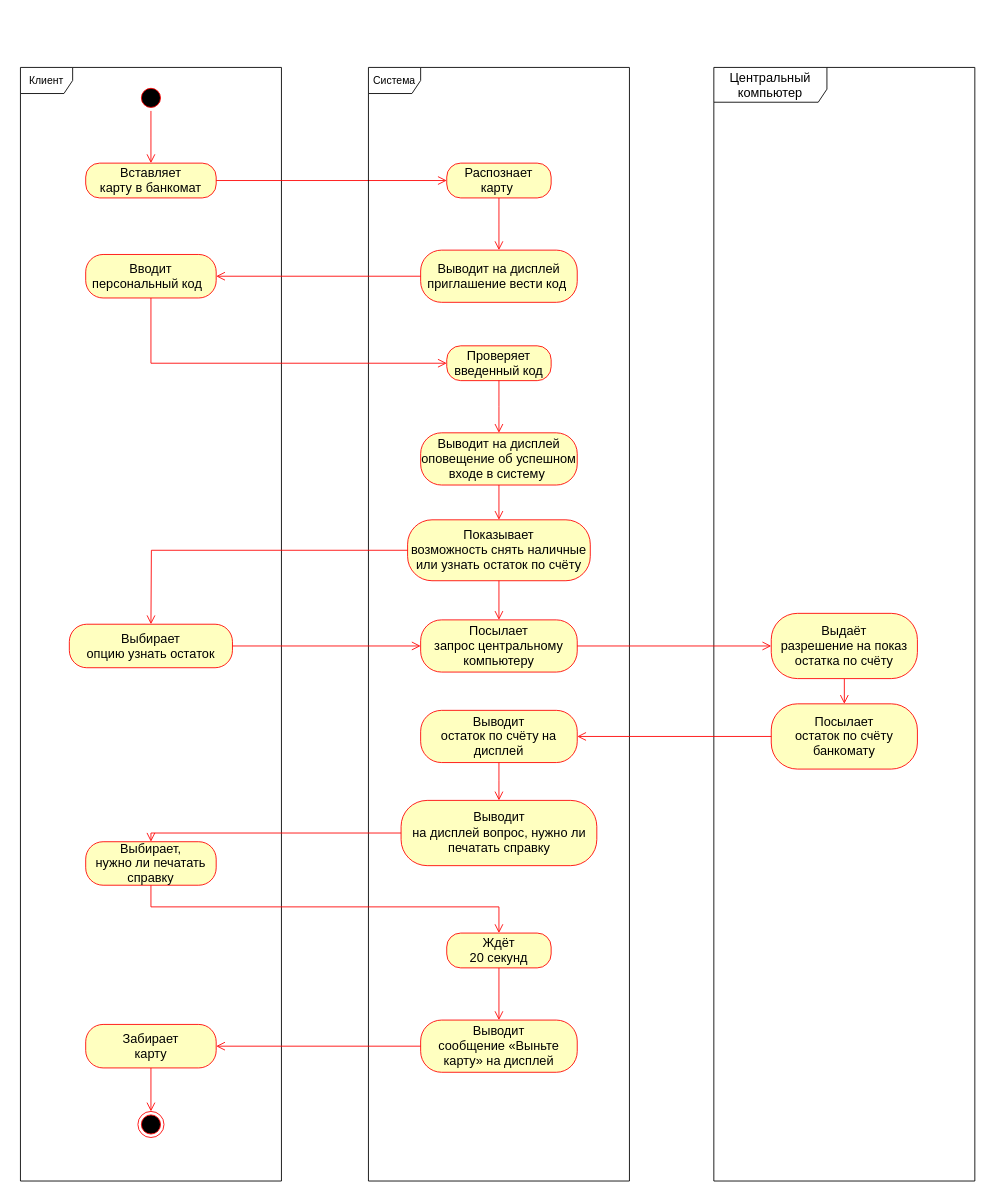
This is page "Узнать остаток по счёту" (1 of 5) of папс/Банкомат/Банкомат Активность.drawio from KvoERR/pnrpu-3rd-year, a draw.io file, before an edit. Source tidied: cells renumbered, new cells numbered last; positions are measured from the earlier drawing's top-left corner, leaving out a move shared by most shapes. Both pictures are drawn from the tidied source at 87%, with x=0, y=0 at pixel (20, 67).
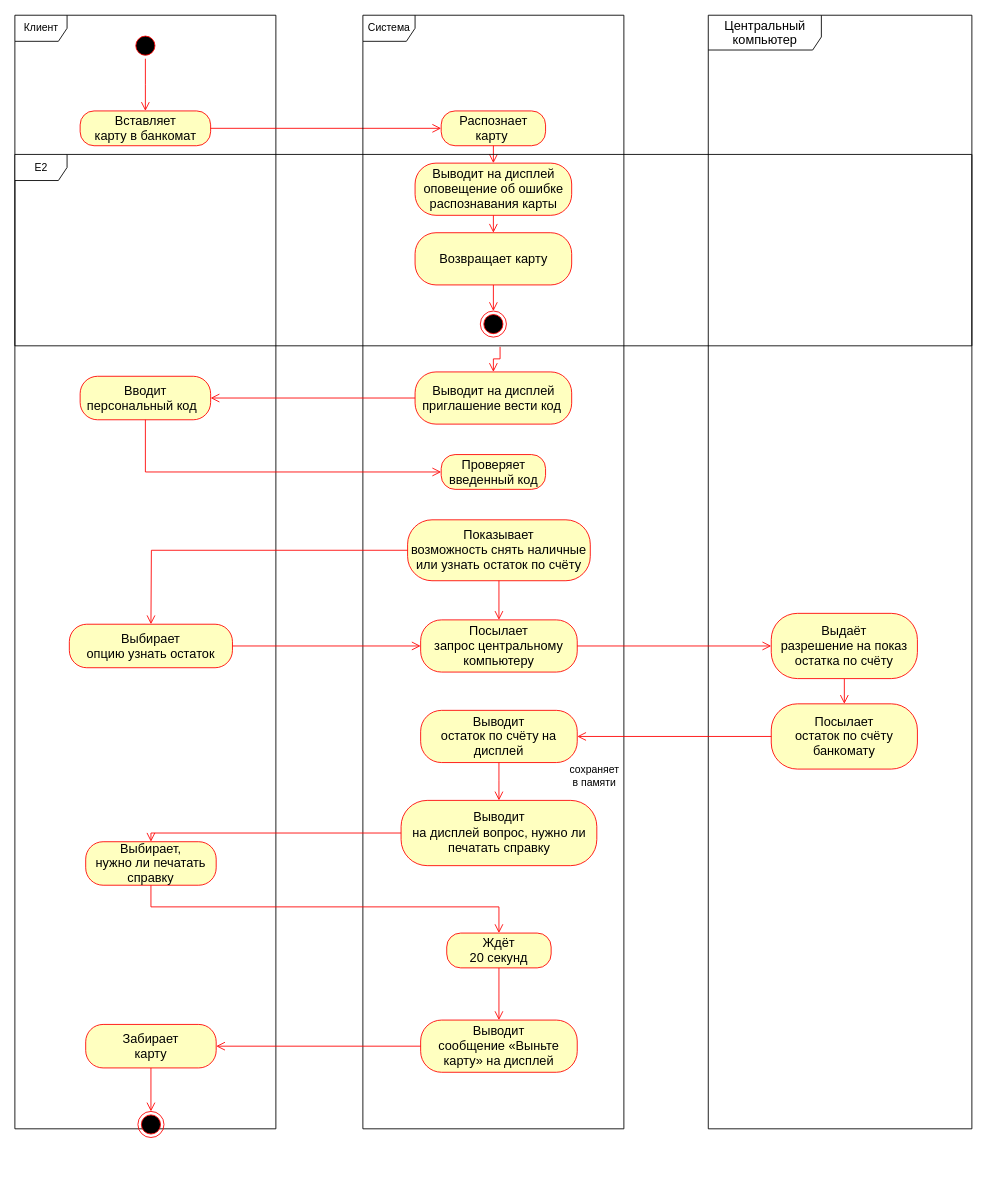
Above is the later version.

Unchanged cells that the change refers to:
```xml
<mxCell id="17" value="&lt;span style=&quot;font-size:11.0pt;line-height:115%;&lt;br/&gt;font-family:&amp;quot;Calibri&amp;quot;,sans-serif;mso-ascii-theme-font:minor-latin;mso-fareast-font-family:&lt;br/&gt;Calibri;mso-fareast-theme-font:minor-latin;mso-hansi-theme-font:minor-latin;&lt;br/&gt;mso-bidi-font-family:&amp;quot;Times New Roman&amp;quot;;mso-bidi-theme-font:minor-bidi;&lt;br/&gt;mso-ansi-language:RU;mso-fareast-language:EN-US;mso-bidi-language:AR-SA&quot;&gt;Показывает&lt;br/&gt;возможность снять наличные или узнать остаток по счёту&lt;/span&gt;" style="rounded=1;whiteSpace=wrap;html=1;arcSize=40;fontColor=#000000;fillColor=#ffffc0;strokeColor=#ff0000;" parent="1" vertex="1">
  <mxGeometry x="445" y="520" width="210" height="70" as="geometry" />
</mxCell>
```

Diff of the diagram source:
```diff
@@
     <mxCell id="2" value="Клиент" style="shape=umlFrame;whiteSpace=wrap;html=1;" parent="1" vertex="1">
-      <mxGeometry width="300" height="1280" as="geometry" />
+      <mxGeometry x="-6.4" y="-60" width="300" height="1280" as="geometry" />
     </mxCell>
     <mxCell id="3" style="ellipse;html=1;shape=startState;fillColor=#000000;strokeColor=#ff0000;" parent="1" vertex="1">
-      <mxGeometry x="135" y="20" width="30" height="30" as="geometry" />
+      <mxGeometry x="128.6" y="-40" width="30" height="30" as="geometry" />
     </mxCell>
     <mxCell id="4" style="edgeStyle=orthogonalEdgeStyle;html=1;verticalAlign=bottom;endArrow=open;endSize=8;strokeColor=#ff0000;rounded=0;" parent="1" edge="1" source="3">
       <mxGeometry relative="1" as="geometry">
-        <mxPoint x="150" y="110" as="targetPoint" />
+        <mxPoint x="143.6" y="50" as="targetPoint" />
       </mxGeometry>
     </mxCell>
     <mxCell id="5" value="&lt;span style=&quot;font-size:11.0pt;line-height:115%;&lt;br/&gt;font-family:&amp;quot;Calibri&amp;quot;,sans-serif;mso-ascii-theme-font:minor-latin;mso-fareast-font-family:&lt;br/&gt;Calibri;mso-fareast-theme-font:minor-latin;mso-hansi-theme-font:minor-latin;&lt;br/&gt;mso-bidi-font-family:&amp;quot;Times New Roman&amp;quot;;mso-bidi-theme-font:minor-bidi;&lt;br/&gt;mso-ansi-language:RU;mso-fareast-language:EN-US;mso-bidi-language:AR-SA&quot;&gt;Вставляет&lt;br/&gt;карту в банкомат&lt;/span&gt;" style="rounded=1;whiteSpace=wrap;html=1;arcSize=40;fontColor=#000000;fillColor=#ffffc0;strokeColor=#ff0000;" parent="1" vertex="1">
-      <mxGeometry x="75" y="110" width="150" height="40" as="geometry" />
+      <mxGeometry x="68.6" y="50" width="150" height="40" as="geometry" />
     </mxCell>
@@
     <mxCell id="7" value="Система" style="shape=umlFrame;whiteSpace=wrap;html=1;" parent="1" vertex="1">
-      <mxGeometry x="400" width="300" height="1280" as="geometry" />
+      <mxGeometry x="393.6" y="-60" width="300" height="1280" as="geometry" />
     </mxCell>
     <mxCell id="8" value="&lt;span style=&quot;font-size:11.0pt;line-height:115%;&lt;br/&gt;font-family:&amp;quot;Calibri&amp;quot;,sans-serif;mso-ascii-theme-font:minor-latin;mso-fareast-font-family:&lt;br/&gt;Calibri;mso-fareast-theme-font:minor-latin;mso-hansi-theme-font:minor-latin;&lt;br/&gt;mso-bidi-font-family:&amp;quot;Times New Roman&amp;quot;;mso-bidi-theme-font:minor-bidi;&lt;br/&gt;mso-ansi-language:RU;mso-fareast-language:EN-US;mso-bidi-language:AR-SA&quot;&gt;Распознает&lt;br/&gt;карту&amp;nbsp;&lt;/span&gt;" style="rounded=1;whiteSpace=wrap;html=1;arcSize=40;fontColor=#000000;fillColor=#ffffc0;strokeColor=#ff0000;" parent="1" vertex="1">
-      <mxGeometry x="490" y="110" width="120" height="40" as="geometry" />
+      <mxGeometry x="483.6" y="50" width="120" height="40" as="geometry" />
     </mxCell>
-    <mxCell id="9" style="edgeStyle=orthogonalEdgeStyle;html=1;verticalAlign=bottom;endArrow=open;endSize=8;strokeColor=#ff0000;rounded=0;" parent="1" edge="1" source="8">
-      <mxGeometry relative="1" as="geometry">
-        <mxPoint x="550" y="210" as="targetPoint" />
-      </mxGeometry>
+    <mxCell id="9" style="edgeStyle=orthogonalEdgeStyle;html=1;verticalAlign=bottom;endArrow=open;endSize=8;strokeColor=#ff0000;rounded=0;entryX=0.5;entryY=0;entryDx=0;entryDy=0;" parent="1" edge="1" source="8" target="45">
+      <mxGeometry relative="1" as="geometry" />
     </mxCell>
     <mxCell id="10" value="&lt;span style=&quot;font-size:11.0pt;line-height:115%;&lt;br/&gt;font-family:&amp;quot;Calibri&amp;quot;,sans-serif;mso-ascii-theme-font:minor-latin;mso-fareast-font-family:&lt;br/&gt;Calibri;mso-fareast-theme-font:minor-latin;mso-hansi-theme-font:minor-latin;&lt;br/&gt;mso-bidi-font-family:&amp;quot;Times New Roman&amp;quot;;mso-bidi-theme-font:minor-bidi;&lt;br/&gt;mso-ansi-language:RU;mso-fareast-language:EN-US;mso-bidi-language:AR-SA&quot;&gt;Выводит на дисплей приглашение вести код&amp;nbsp;&lt;/span&gt;" style="rounded=1;whiteSpace=wrap;html=1;arcSize=40;fontColor=#000000;fillColor=#ffffc0;strokeColor=#ff0000;" parent="1" vertex="1">
-      <mxGeometry x="460" y="210" width="180" height="60" as="geometry" />
+      <mxGeometry x="453.6" y="350" width="180" height="60" as="geometry" />
     </mxCell>
@@
     <mxCell id="12" value="&lt;span style=&quot;font-size:11.0pt;line-height:115%;&lt;br/&gt;font-family:&amp;quot;Calibri&amp;quot;,sans-serif;mso-ascii-theme-font:minor-latin;mso-fareast-font-family:&lt;br/&gt;Calibri;mso-fareast-theme-font:minor-latin;mso-hansi-theme-font:minor-latin;&lt;br/&gt;mso-bidi-font-family:&amp;quot;Times New Roman&amp;quot;;mso-bidi-theme-font:minor-bidi;&lt;br/&gt;mso-ansi-language:RU;mso-fareast-language:EN-US;mso-bidi-language:AR-SA&quot;&gt;Вводит&lt;br/&gt;персональный код &amp;nbsp;&lt;/span&gt;" style="rounded=1;whiteSpace=wrap;html=1;arcSize=40;fontColor=#000000;fillColor=#ffffc0;strokeColor=#ff0000;" parent="1" vertex="1">
-      <mxGeometry x="75" y="215" width="150" height="50" as="geometry" />
+      <mxGeometry x="68.6" y="355" width="150" height="50" as="geometry" />
     </mxCell>
     <mxCell id="13" value="&lt;span style=&quot;font-size:11.0pt;line-height:115%;&lt;br/&gt;font-family:&amp;quot;Calibri&amp;quot;,sans-serif;mso-ascii-theme-font:minor-latin;mso-fareast-font-family:&lt;br/&gt;Calibri;mso-fareast-theme-font:minor-latin;mso-hansi-theme-font:minor-latin;&lt;br/&gt;mso-bidi-font-family:&amp;quot;Times New Roman&amp;quot;;mso-bidi-theme-font:minor-bidi;&lt;br/&gt;mso-ansi-language:RU;mso-fareast-language:EN-US;mso-bidi-language:AR-SA&quot;&gt;Проверяет&lt;br/&gt;введенный код&lt;/span&gt;" style="rounded=1;whiteSpace=wrap;html=1;arcSize=40;fontColor=#000000;fillColor=#ffffc0;strokeColor=#ff0000;" parent="1" vertex="1">
-      <mxGeometry x="490" y="320" width="120" height="40" as="geometry" />
+      <mxGeometry x="483.6" y="445" width="120" height="40" as="geometry" />
     </mxCell>
-    <mxCell id="14" style="edgeStyle=orthogonalEdgeStyle;html=1;verticalAlign=bottom;endArrow=open;endSize=8;strokeColor=#ff0000;rounded=0;" parent="1" edge="1" source="13">
-      <mxGeometry relative="1" as="geometry">
-        <mxPoint x="550" y="420" as="targetPoint" />
-      </mxGeometry>
-    </mxCell>
@@
-    <mxCell id="16" value="&lt;span style=&quot;font-size:11.0pt;line-height:115%;&amp;lt;br/&amp;gt;font-family:&amp;quot;Calibri&amp;quot;,sans-serif;mso-ascii-theme-font:minor-latin;mso-fareast-font-family:&amp;lt;br/&amp;gt;Calibri;mso-fareast-theme-font:minor-latin;mso-hansi-theme-font:minor-latin;&amp;lt;br/&amp;gt;mso-bidi-font-family:&amp;quot;Times New Roman&amp;quot;;mso-bidi-theme-font:minor-bidi;&amp;lt;br/&amp;gt;mso-ansi-language:RU;mso-fareast-language:EN-US;mso-bidi-language:AR-SA&quot;&gt;Выводит на дисплей оповещение об успешном входе в систему&amp;nbsp;&lt;/span&gt;" style="rounded=1;whiteSpace=wrap;html=1;arcSize=40;fontColor=#000000;fillColor=#ffffc0;strokeColor=#ff0000;" parent="1" vertex="1">
-      <mxGeometry x="460" y="420" width="180" height="60" as="geometry" />
+    <mxCell id="16" value="&lt;span style=&quot;font-size:11.0pt;line-height:115%;&lt;br/&gt;font-family:&amp;quot;Calibri&amp;quot;,sans-serif;mso-ascii-theme-font:minor-latin;mso-fareast-font-family:&lt;br/&gt;Calibri;mso-fareast-theme-font:minor-latin;mso-hansi-theme-font:minor-latin;&lt;br/&gt;mso-bidi-font-family:&amp;quot;Times New Roman&amp;quot;;mso-bidi-theme-font:minor-bidi;&lt;br/&gt;mso-ansi-language:RU;mso-fareast-language:EN-US;mso-bidi-language:AR-SA&quot;&gt;Возвращает карту&lt;/span&gt;" style="rounded=1;whiteSpace=wrap;html=1;arcSize=40;fontColor=#000000;fillColor=#ffffc0;strokeColor=#ff0000;" parent="1" vertex="1">
+      <mxGeometry x="453.6" y="190" width="180" height="60" as="geometry" />
     </mxCell>
@@
-    <mxCell id="18" style="edgeStyle=orthogonalEdgeStyle;html=1;verticalAlign=bottom;endArrow=open;endSize=8;strokeColor=#ff0000;rounded=0;entryX=0.5;entryY=0;entryDx=0;entryDy=0;exitX=0.5;exitY=1;exitDx=0;exitDy=0;" parent="1" edge="1" source="16" target="17">
+    <mxCell id="18" style="edgeStyle=orthogonalEdgeStyle;html=1;verticalAlign=bottom;endArrow=open;endSize=8;strokeColor=#ff0000;rounded=0;entryX=0.5;entryY=0;entryDx=0;entryDy=0;exitX=0.507;exitY=1.005;exitDx=0;exitDy=0;exitPerimeter=0;" parent="1" edge="1" source="44" target="10">
       <mxGeometry relative="1" as="geometry" />
     </mxCell>
@@
     <mxCell id="31" value="&lt;span style=&quot;font-size:11.0pt;line-height:115%;&lt;br/&gt;font-family:&amp;quot;Calibri&amp;quot;,sans-serif;mso-ascii-theme-font:minor-latin;mso-fareast-font-family:&lt;br/&gt;Calibri;mso-fareast-theme-font:minor-latin;mso-hansi-theme-font:minor-latin;&lt;br/&gt;mso-bidi-font-family:&amp;quot;Times New Roman&amp;quot;;mso-bidi-theme-font:minor-bidi;&lt;br/&gt;mso-ansi-language:RU;mso-fareast-language:EN-US;mso-bidi-language:AR-SA&quot;&gt;Центральный&lt;br/&gt;компьютер&lt;/span&gt;" style="shape=umlFrame;whiteSpace=wrap;html=1;width=130;height=40;" parent="1" vertex="1">
-      <mxGeometry x="797" width="300" height="1280" as="geometry" />
+      <mxGeometry x="790.6" y="-60" width="303" height="1280" as="geometry" />
     </mxCell>
@@
+    <mxCell id="43" value="сохраняет в памяти" style="text;html=1;align=center;verticalAlign=middle;whiteSpace=wrap;rounded=0;" parent="1" vertex="1">
+      <mxGeometry x="630" y="799" width="60" height="30" as="geometry" />
+    </mxCell>
+    <mxCell id="44" value="E2" style="shape=umlFrame;whiteSpace=wrap;html=1;" parent="1" vertex="1">
+      <mxGeometry x="-6.4" y="100" width="1100" height="220" as="geometry" />
+    </mxCell>
+    <mxCell id="45" value="&lt;span style=&quot;font-size:11.0pt;line-height:115%;&lt;br/&gt;font-family:&amp;quot;Calibri&amp;quot;,sans-serif;mso-ascii-theme-font:minor-latin;mso-fareast-font-family:&lt;br/&gt;Calibri;mso-fareast-theme-font:minor-latin;mso-hansi-theme-font:minor-latin;&lt;br/&gt;mso-bidi-font-family:&amp;quot;Times New Roman&amp;quot;;mso-bidi-theme-font:minor-bidi;&lt;br/&gt;mso-ansi-language:RU;mso-fareast-language:EN-US;mso-bidi-language:AR-SA&quot;&gt;Выводит на дисплей оповещение об ошибке распознавания карты&lt;/span&gt;" style="rounded=1;whiteSpace=wrap;html=1;arcSize=40;fontColor=#000000;fillColor=#ffffc0;strokeColor=#ff0000;" parent="1" vertex="1">
+      <mxGeometry x="453.6" y="110" width="180" height="60" as="geometry" />
+    </mxCell>
+    <mxCell id="46" style="edgeStyle=orthogonalEdgeStyle;html=1;verticalAlign=bottom;endArrow=open;endSize=8;strokeColor=#ff0000;rounded=0;exitX=0.5;exitY=1;exitDx=0;exitDy=0;entryX=0.5;entryY=0;entryDx=0;entryDy=0;" parent="1" edge="1" source="45" target="16">
+      <mxGeometry relative="1" as="geometry" />
+    </mxCell>
+    <mxCell id="47" style="ellipse;html=1;shape=endState;fillColor=#000000;strokeColor=#ff0000;" parent="1" vertex="1">
+      <mxGeometry x="528.6" y="280" width="30" height="30" as="geometry" />
+    </mxCell>
+    <mxCell id="48" style="edgeStyle=orthogonalEdgeStyle;html=1;verticalAlign=bottom;endArrow=open;endSize=8;strokeColor=#ff0000;rounded=0;exitX=0.5;exitY=1;exitDx=0;exitDy=0;" parent="1" edge="1" source="16" target="47">
+      <mxGeometry relative="1" as="geometry" />
+    </mxCell>
```
